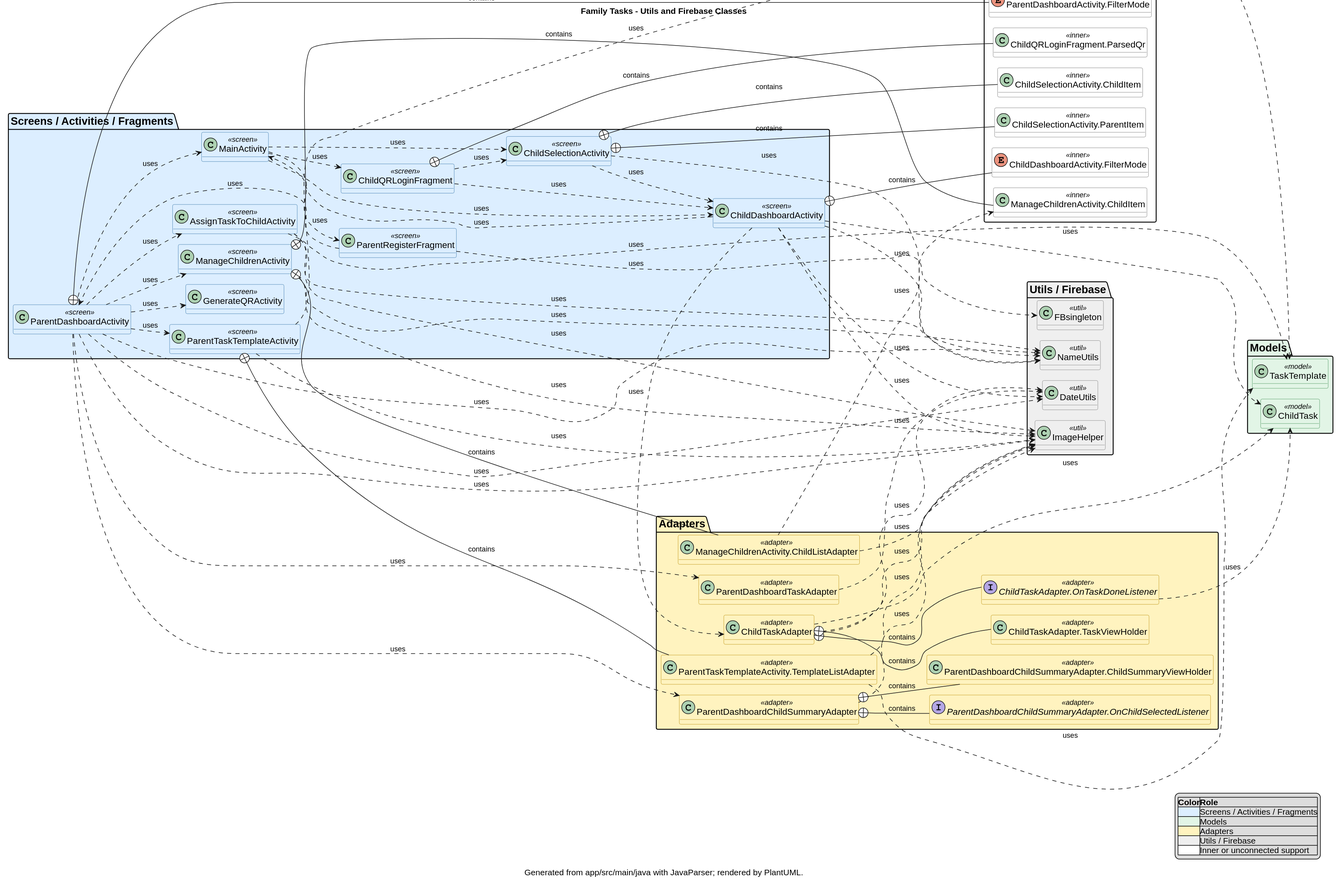
The PlantUML diagram docs/uml/images/family_tasks_utils_firebase.svg in Roeip2000/Family_Tasks_Proj, before a commit.
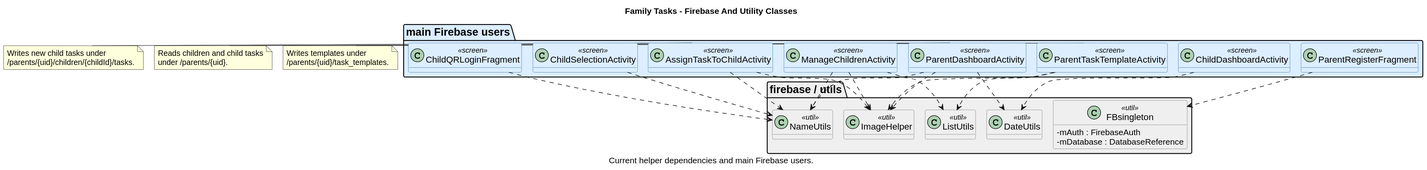
After the commit.

Diff of the diagram source:
```diff
@@ -10,127 +10,61 @@
 skinparam ArrowFontSize 12
 skinparam classBackgroundColor<<screen>> #DCEEFF
 skinparam classBorderColor<<screen>> #2F6FA3
-skinparam classBackgroundColor<<model>> #E2F5E6
-skinparam classBorderColor<<model>> #3B8B4F
-skinparam classBackgroundColor<<adapter>> #FFF3BF
-skinparam classBorderColor<<adapter>> #B68A00
 skinparam classBackgroundColor<<util>> #EFEFEF
 skinparam classBorderColor<<util>> #777777
-skinparam classBackgroundColor<<inner>> #FFFFFF
-skinparam classBorderColor<<inner>> #666666
-left to right direction
 hide empty methods
-title Family Tasks - Utils and Firebase Classes
-caption Generated from app/src/main/java with JavaParser; rendered by PlantUML.
+title Family Tasks - Firebase And Utility Classes
+caption Current helper dependencies and main Firebase users.
 
-package "Screens / Activities / Fragments" #DCEEFF {
-class "AssignTaskToChildActivity" as com_example_family_tasks_proj_Parents_Dashbord_and_mange_AssignTaskToChildActivity <<screen>>
-class "ChildDashboardActivity" as com_example_family_tasks_proj_child_ChildDashboardActivity <<screen>>
-class "ChildQRLoginFragment" as com_example_family_tasks_proj_Child_Login_ChildQRLoginFragment <<screen>>
-class "ChildSelectionActivity" as com_example_family_tasks_proj_Child_Login_ChildSelectionActivity <<screen>>
-class "GenerateQRActivity" as com_example_family_tasks_proj_Parents_Dashbord_and_mange_GenerateQRActivity <<screen>>
-class "MainActivity" as com_example_family_tasks_proj_auth_MainActivity <<screen>>
-class "ManageChildrenActivity" as com_example_family_tasks_proj_Parents_Dashbord_and_mange_ManageChildrenActivity <<screen>>
-class "ParentDashboardActivity" as com_example_family_tasks_proj_Parents_Dashbord_and_mange_ParentDashboardActivity <<screen>>
-class "ParentRegisterFragment" as com_example_family_tasks_proj_Parents_ParentRegisterFragment <<screen>>
-class "ParentTaskTemplateActivity" as com_example_family_tasks_proj_Parents_Dashbord_and_mange_ParentTaskTemplateActivity <<screen>>
+package "firebase / utils" #EFEFEF {
+class FBsingleton <<util>> {
+  - mAuth : FirebaseAuth
+  - mDatabase : DatabaseReference
+}
+class DateUtils <<util>>
+class ImageHelper <<util>>
+class ListUtils <<util>>
+class NameUtils <<util>>
 }
 
-package "Models" #E2F5E6 {
-class "ChildTask" as com_example_family_tasks_proj_child_model_ChildTask <<model>>
-class "TaskTemplate" as com_example_family_tasks_proj_Parents_Dashbord_and_mange_model_TaskTemplate <<model>>
+package "main Firebase users" #DCEEFF {
+class ParentRegisterFragment <<screen>>
+class ChildQRLoginFragment <<screen>>
+class ChildSelectionActivity <<screen>>
+class ParentDashboardActivity <<screen>>
+class ManageChildrenActivity <<screen>>
+class AssignTaskToChildActivity <<screen>>
+class ParentTaskTemplateActivity <<screen>>
+class ChildDashboardActivity <<screen>>
 }
 
-package "Adapters" #FFF3BF {
-class "ManageChildrenActivity.ChildListAdapter" as com_example_family_tasks_proj_Parents_Dashbord_and_mange_ManageChildrenActivity_ChildListAdapter <<adapter>>
-class "ParentDashboardChildSummaryAdapter.ChildSummaryViewHolder" as com_example_family_tasks_proj_Parents_Dashbord_and_mange_ParentDashboardChildSummaryAdapter_ChildSummaryViewHolder <<adapter>>
-class "ChildTaskAdapter" as com_example_family_tasks_proj_child_ChildTaskAdapter <<adapter>>
-interface "ParentDashboardChildSummaryAdapter.OnChildSelectedListener" as com_example_family_tasks_proj_Parents_Dashbord_and_mange_ParentDashboardChildSummaryAdapter_OnChildSelectedListener <<adapter>>
-interface "ChildTaskAdapter.OnTaskDoneListener" as com_example_family_tasks_proj_child_ChildTaskAdapter_OnTaskDoneListener <<adapter>>
-class "ParentDashboardChildSummaryAdapter" as com_example_family_tasks_proj_Parents_Dashbord_and_mange_ParentDashboardChildSummaryAdapter <<adapter>>
-class "ParentDashboardTaskAdapter" as com_example_family_tasks_proj_Parents_Dashbord_and_mange_ParentDashboardTaskAdapter <<adapter>>
-class "ChildTaskAdapter.TaskViewHolder" as com_example_family_tasks_proj_child_ChildTaskAdapter_TaskViewHolder <<adapter>>
-class "ParentTaskTemplateActivity.TemplateListAdapter" as com_example_family_tasks_proj_Parents_Dashbord_and_mange_ParentTaskTemplateActivity_TemplateListAdapter <<adapter>>
-}
+ParentRegisterFragment ..> FBsingleton
+ChildQRLoginFragment ..> NameUtils
+ChildSelectionActivity ..> NameUtils
+ParentDashboardActivity ..> DateUtils
+ParentDashboardActivity ..> ImageHelper
+ParentDashboardActivity ..> NameUtils
+ManageChildrenActivity ..> ImageHelper
+ManageChildrenActivity ..> ListUtils
+ManageChildrenActivity ..> NameUtils
+AssignTaskToChildActivity ..> ImageHelper
+AssignTaskToChildActivity ..> NameUtils
+ParentTaskTemplateActivity ..> ImageHelper
+ParentTaskTemplateActivity ..> ListUtils
+ChildDashboardActivity ..> DateUtils
 
-package "Utils / Firebase" #EFEFEF {
-class "DateUtils" as com_example_family_tasks_proj_util_DateUtils <<util>>
-class "FBsingleton" as com_example_family_tasks_proj_FireBase_FBsingleton <<util>>
-class "ImageHelper" as com_example_family_tasks_proj_util_ImageHelper <<util>>
-class "NameUtils" as com_example_family_tasks_proj_util_NameUtils <<util>>
-}
+note right of ParentDashboardActivity
+Reads children and child tasks
+under /parents/{uid}.
+end note
 
-package "Inner / support classes" #FFFFFF {
-class "ChildSelectionActivity.ChildItem" as com_example_family_tasks_proj_Child_Login_ChildSelectionActivity_ChildItem <<inner>>
-class "ManageChildrenActivity.ChildItem" as com_example_family_tasks_proj_Parents_Dashbord_and_mange_ManageChildrenActivity_ChildItem <<inner>>
-enum "ChildDashboardActivity.FilterMode" as com_example_family_tasks_proj_child_ChildDashboardActivity_FilterMode <<inner>>
-enum "ParentDashboardActivity.FilterMode" as com_example_family_tasks_proj_Parents_Dashbord_and_mange_ParentDashboardActivity_FilterMode <<inner>>
-class "ChildSelectionActivity.ParentItem" as com_example_family_tasks_proj_Child_Login_ChildSelectionActivity_ParentItem <<inner>>
-class "ChildQRLoginFragment.ParsedQr" as com_example_family_tasks_proj_Child_Login_ChildQRLoginFragment_ParsedQr <<inner>>
-}
+note right of AssignTaskToChildActivity
+Writes new child tasks under
+/parents/{uid}/children/{childId}/tasks.
+end note
 
-com_example_family_tasks_proj_auth_MainActivity ..> com_example_family_tasks_proj_Parents_ParentRegisterFragment : uses
-com_example_family_tasks_proj_auth_MainActivity ..> com_example_family_tasks_proj_Child_Login_ChildQRLoginFragment : uses
-com_example_family_tasks_proj_auth_MainActivity ..> com_example_family_tasks_proj_child_ChildDashboardActivity : uses
-com_example_family_tasks_proj_auth_MainActivity ..> com_example_family_tasks_proj_Child_Login_ChildSelectionActivity : uses
-com_example_family_tasks_proj_child_ChildDashboardActivity ..> com_example_family_tasks_proj_child_model_ChildTask : uses
-com_example_family_tasks_proj_child_ChildDashboardActivity ..> com_example_family_tasks_proj_child_ChildTaskAdapter : uses
-com_example_family_tasks_proj_child_ChildDashboardActivity ..> com_example_family_tasks_proj_auth_MainActivity : uses
-com_example_family_tasks_proj_child_ChildDashboardActivity ..> com_example_family_tasks_proj_util_NameUtils : uses
-com_example_family_tasks_proj_child_ChildDashboardActivity ..> com_example_family_tasks_proj_util_ImageHelper : uses
-com_example_family_tasks_proj_child_ChildDashboardActivity ..> com_example_family_tasks_proj_util_DateUtils : uses
-com_example_family_tasks_proj_child_ChildDashboardActivity +-- com_example_family_tasks_proj_child_ChildDashboardActivity_FilterMode : contains
-com_example_family_tasks_proj_child_ChildTaskAdapter ..> com_example_family_tasks_proj_child_model_ChildTask : uses
-com_example_family_tasks_proj_child_ChildTaskAdapter ..> com_example_family_tasks_proj_util_DateUtils : uses
-com_example_family_tasks_proj_child_ChildTaskAdapter ..> com_example_family_tasks_proj_util_ImageHelper : uses
-com_example_family_tasks_proj_child_ChildTaskAdapter +-- com_example_family_tasks_proj_child_ChildTaskAdapter_OnTaskDoneListener : contains
-com_example_family_tasks_proj_child_ChildTaskAdapter_OnTaskDoneListener ..> com_example_family_tasks_proj_child_model_ChildTask : uses
-com_example_family_tasks_proj_child_ChildTaskAdapter +-- com_example_family_tasks_proj_child_ChildTaskAdapter_TaskViewHolder : contains
-com_example_family_tasks_proj_Child_Login_ChildQRLoginFragment ..> com_example_family_tasks_proj_child_ChildDashboardActivity : uses
-com_example_family_tasks_proj_Child_Login_ChildQRLoginFragment ..> com_example_family_tasks_proj_Child_Login_ChildSelectionActivity : uses
-com_example_family_tasks_proj_Child_Login_ChildQRLoginFragment +-- com_example_family_tasks_proj_Child_Login_ChildQRLoginFragment_ParsedQr : contains
-com_example_family_tasks_proj_Child_Login_ChildSelectionActivity ..> com_example_family_tasks_proj_child_ChildDashboardActivity : uses
-com_example_family_tasks_proj_Child_Login_ChildSelectionActivity ..> com_example_family_tasks_proj_util_NameUtils : uses
-com_example_family_tasks_proj_Child_Login_ChildSelectionActivity +-- com_example_family_tasks_proj_Child_Login_ChildSelectionActivity_ParentItem : contains
-com_example_family_tasks_proj_Child_Login_ChildSelectionActivity +-- com_example_family_tasks_proj_Child_Login_ChildSelectionActivity_ChildItem : contains
-com_example_family_tasks_proj_Parents_ParentRegisterFragment ..> com_example_family_tasks_proj_Parents_Dashbord_and_mange_ParentDashboardActivity : uses
-com_example_family_tasks_proj_Parents_ParentRegisterFragment ..> com_example_family_tasks_proj_FireBase_FBsingleton : uses
-com_example_family_tasks_proj_Parents_Dashbord_and_mange_AssignTaskToChildActivity ..> com_example_family_tasks_proj_Parents_Dashbord_and_mange_model_TaskTemplate : uses
-com_example_family_tasks_proj_Parents_Dashbord_and_mange_AssignTaskToChildActivity ..> com_example_family_tasks_proj_util_NameUtils : uses
-com_example_family_tasks_proj_Parents_Dashbord_and_mange_AssignTaskToChildActivity ..> com_example_family_tasks_proj_util_ImageHelper : uses
-com_example_family_tasks_proj_Parents_Dashbord_and_mange_ManageChildrenActivity ..> com_example_family_tasks_proj_util_ImageHelper : uses
-com_example_family_tasks_proj_Parents_Dashbord_and_mange_ManageChildrenActivity ..> com_example_family_tasks_proj_util_NameUtils : uses
-com_example_family_tasks_proj_Parents_Dashbord_and_mange_ManageChildrenActivity +-- com_example_family_tasks_proj_Parents_Dashbord_and_mange_ManageChildrenActivity_ChildListAdapter : contains
-com_example_family_tasks_proj_Parents_Dashbord_and_mange_ManageChildrenActivity_ChildListAdapter ..> com_example_family_tasks_proj_Parents_Dashbord_and_mange_ManageChildrenActivity_ChildItem : uses
-com_example_family_tasks_proj_Parents_Dashbord_and_mange_ManageChildrenActivity_ChildListAdapter ..> com_example_family_tasks_proj_util_ImageHelper : uses
-com_example_family_tasks_proj_Parents_Dashbord_and_mange_ManageChildrenActivity +-- com_example_family_tasks_proj_Parents_Dashbord_and_mange_ManageChildrenActivity_ChildItem : contains
-com_example_family_tasks_proj_Parents_Dashbord_and_mange_ParentDashboardActivity ..> com_example_family_tasks_proj_Parents_Dashbord_and_mange_ParentDashboardTaskAdapter : uses
-com_example_family_tasks_proj_Parents_Dashbord_and_mange_ParentDashboardActivity ..> com_example_family_tasks_proj_Parents_Dashbord_and_mange_ParentDashboardChildSummaryAdapter : uses
-com_example_family_tasks_proj_Parents_Dashbord_and_mange_ParentDashboardActivity ..> com_example_family_tasks_proj_Parents_Dashbord_and_mange_ManageChildrenActivity : uses
-com_example_family_tasks_proj_Parents_Dashbord_and_mange_ParentDashboardActivity ..> com_example_family_tasks_proj_Parents_Dashbord_and_mange_ParentTaskTemplateActivity : uses
-com_example_family_tasks_proj_Parents_Dashbord_and_mange_ParentDashboardActivity ..> com_example_family_tasks_proj_Parents_Dashbord_and_mange_AssignTaskToChildActivity : uses
-com_example_family_tasks_proj_Parents_Dashbord_and_mange_ParentDashboardActivity ..> com_example_family_tasks_proj_Parents_Dashbord_and_mange_GenerateQRActivity : uses
-com_example_family_tasks_proj_Parents_Dashbord_and_mange_ParentDashboardActivity ..> com_example_family_tasks_proj_auth_MainActivity : uses
-com_example_family_tasks_proj_Parents_Dashbord_and_mange_ParentDashboardActivity ..> com_example_family_tasks_proj_util_ImageHelper : uses
-com_example_family_tasks_proj_Parents_Dashbord_and_mange_ParentDashboardActivity ..> com_example_family_tasks_proj_util_NameUtils : uses
-com_example_family_tasks_proj_Parents_Dashbord_and_mange_ParentDashboardActivity ..> com_example_family_tasks_proj_util_DateUtils : uses
-com_example_family_tasks_proj_Parents_Dashbord_and_mange_ParentDashboardActivity +-- com_example_family_tasks_proj_Parents_Dashbord_and_mange_ParentDashboardActivity_FilterMode : contains
-com_example_family_tasks_proj_Parents_Dashbord_and_mange_ParentDashboardChildSummaryAdapter ..> com_example_family_tasks_proj_util_ImageHelper : uses
-com_example_family_tasks_proj_Parents_Dashbord_and_mange_ParentDashboardChildSummaryAdapter +-- com_example_family_tasks_proj_Parents_Dashbord_and_mange_ParentDashboardChildSummaryAdapter_OnChildSelectedListener : contains
-com_example_family_tasks_proj_Parents_Dashbord_and_mange_ParentDashboardChildSummaryAdapter +-- com_example_family_tasks_proj_Parents_Dashbord_and_mange_ParentDashboardChildSummaryAdapter_ChildSummaryViewHolder : contains
-com_example_family_tasks_proj_Parents_Dashbord_and_mange_ParentDashboardTaskAdapter ..> com_example_family_tasks_proj_util_DateUtils : uses
-com_example_family_tasks_proj_Parents_Dashbord_and_mange_ParentTaskTemplateActivity ..> com_example_family_tasks_proj_Parents_Dashbord_and_mange_model_TaskTemplate : uses
-com_example_family_tasks_proj_Parents_Dashbord_and_mange_ParentTaskTemplateActivity ..> com_example_family_tasks_proj_util_ImageHelper : uses
-com_example_family_tasks_proj_Parents_Dashbord_and_mange_ParentTaskTemplateActivity +-- com_example_family_tasks_proj_Parents_Dashbord_and_mange_ParentTaskTemplateActivity_TemplateListAdapter : contains
-com_example_family_tasks_proj_Parents_Dashbord_and_mange_ParentTaskTemplateActivity_TemplateListAdapter ..> com_example_family_tasks_proj_Parents_Dashbord_and_mange_model_TaskTemplate : uses
-com_example_family_tasks_proj_Parents_Dashbord_and_mange_ParentTaskTemplateActivity_TemplateListAdapter ..> com_example_family_tasks_proj_util_ImageHelper : uses
-
-legend right
-|=Color|=Role|
-|<#DCEEFF>|Screens / Activities / Fragments|
-|<#E2F5E6>|Models|
-|<#FFF3BF>|Adapters|
-|<#EFEFEF>|Utils / Firebase|
-|<#FFFFFF>|Inner or unconnected support|
-endlegend
+note right of ParentTaskTemplateActivity
+Writes templates under
+/parents/{uid}/task_templates.
+end note
 @enduml
```
